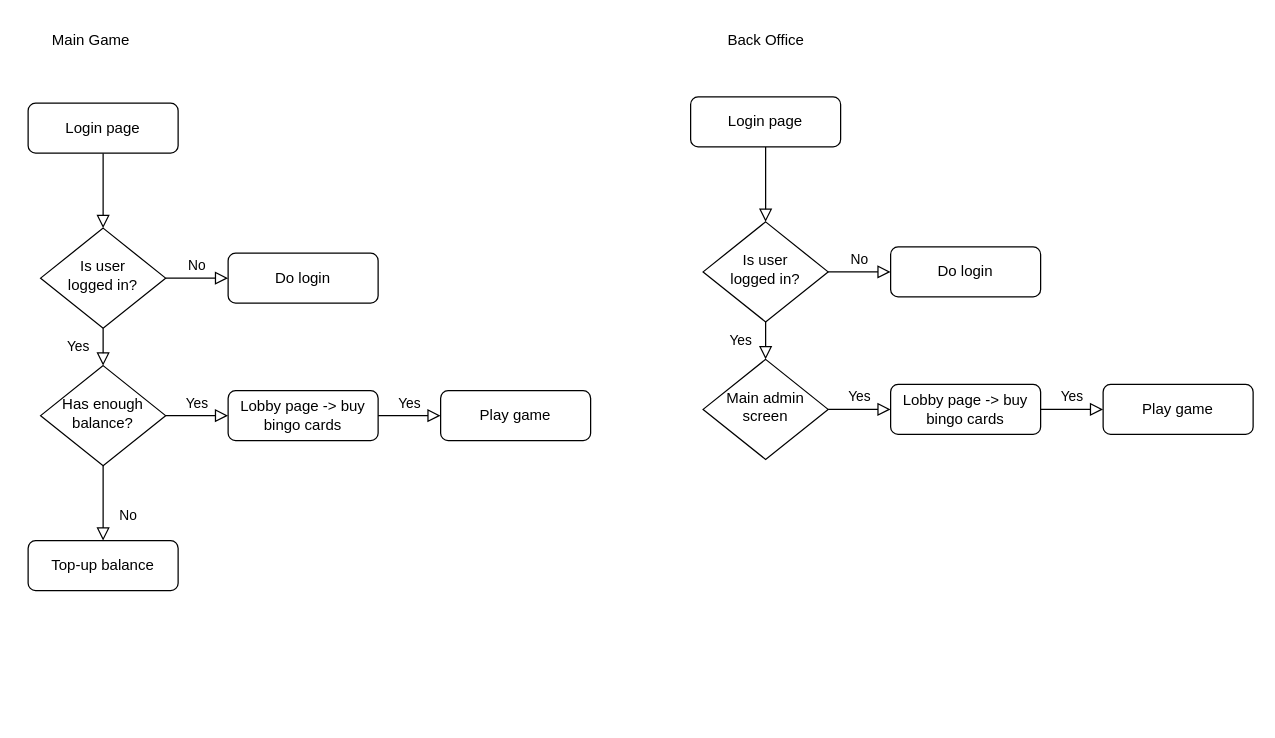
The draw.io diagram documentation/workflow_diagram.drawio in mihailgaberov/bingo, before the edit. Source tidied: cells renumbered, new cells numbered last; positions are measured from the earlier drawing's top-left corner, leaving out a move shared by most shapes. Both pictures are drawn from the tidied source at 125%, with x=0, y=0 at pixel (28, 28).
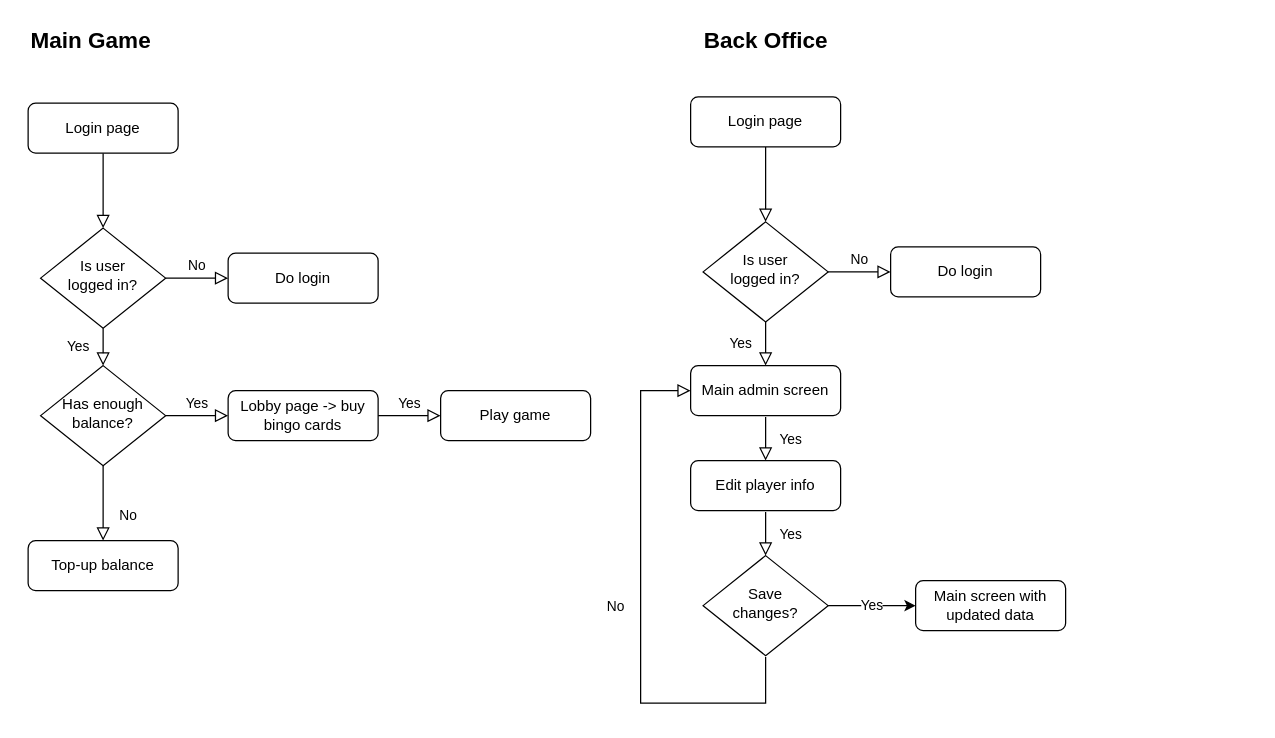
The same page after the edit.

Unchanged cells that the change refers to:
```xml
<mxCell id="21" value="Is user &lt;br&gt;logged in?" style="rhombus;whiteSpace=wrap;html=1;shadow=0;fontFamily=Helvetica;fontSize=12;align=center;strokeWidth=1;spacing=6;spacingTop=-4;" parent="1" vertex="1">
  <mxGeometry x="540" y="155" width="100" height="80" as="geometry" />
</mxCell>
```

Diff of the diagram source:
```diff
@@
-    <mxCell id="13" value="Main Game" style="text;html=1;align=center;verticalAlign=middle;fillColor=none;strokeColor=none;rounded=0;" parent="1" vertex="1">
-      <mxGeometry x="10" width="80" height="20" as="geometry" />
+    <mxCell id="13" value="Main Game" style="text;html=1;align=center;verticalAlign=middle;fillColor=none;strokeColor=none;rounded=0;fontStyle=1;fontSize=18;" parent="1" vertex="1">
+      <mxGeometry x="-5" y="-5" width="110" height="30" as="geometry" />
     </mxCell>
-    <mxCell id="14" value="Back Office" style="text;html=1;align=center;verticalAlign=middle;fillColor=none;strokeColor=none;rounded=0;" parent="1" vertex="1">
-      <mxGeometry x="550" width="80" height="20" as="geometry" />
+    <mxCell id="14" value="Back Office" style="text;html=1;align=center;verticalAlign=middle;fillColor=none;strokeColor=none;rounded=0;fontStyle=1;fontSize=18;" parent="1" vertex="1">
+      <mxGeometry x="535" y="-5" width="110" height="30" as="geometry" />
     </mxCell>
@@
-    <mxCell id="19" value="Yes" style="rounded=0;html=1;jettySize=auto;fontSize=11;endArrow=block;endFill=0;endSize=8;strokeWidth=1;shadow=0;labelBackgroundColor=none;edgeStyle=orthogonalEdgeStyle;" parent="1" edge="1" source="21" target="24">
-      <mxGeometry y="20" relative="1" as="geometry" />
-    </mxCell>
@@
-    <mxCell id="23" value="Yes" style="edgeStyle=orthogonalEdgeStyle;rounded=0;html=1;jettySize=auto;fontSize=11;endArrow=block;endFill=0;endSize=8;strokeWidth=1;shadow=0;labelBackgroundColor=none;" parent="1" edge="1" source="24" target="25">
-      <mxGeometry y="10" relative="1" as="geometry" />
-    </mxCell>
-    <mxCell id="24" value="Main admin&lt;br&gt;screen" style="rhombus;whiteSpace=wrap;html=1;shadow=0;fontFamily=Helvetica;fontSize=12;align=center;strokeWidth=1;spacing=6;spacingTop=-4;" parent="1" vertex="1">
-      <mxGeometry x="540" y="265" width="100" height="80" as="geometry" />
+    <mxCell id="24" value="Main admin screen" style="rounded=1;whiteSpace=wrap;html=1;fontSize=12;glass=0;strokeWidth=1;shadow=0;" parent="1" vertex="1">
+      <mxGeometry x="530" y="270" width="120" height="40" as="geometry" />
     </mxCell>
-    <mxCell id="25" value="Lobby page -&amp;gt; buy bingo cards" style="rounded=1;whiteSpace=wrap;html=1;fontSize=12;glass=0;strokeWidth=1;shadow=0;" parent="1" vertex="1">
-      <mxGeometry x="690" y="285" width="120" height="40" as="geometry" />
-    </mxCell>
-    <mxCell id="26" value="Yes" style="edgeStyle=orthogonalEdgeStyle;rounded=0;html=1;jettySize=auto;orthogonalLoop=1;fontSize=11;endArrow=block;endFill=0;endSize=8;strokeWidth=1;shadow=0;labelBackgroundColor=none;" parent="1" edge="1">
-      <mxGeometry y="10" relative="1" as="geometry">
-        <mxPoint x="810" y="305" as="sourcePoint" />
-        <mxPoint x="860" y="305" as="targetPoint" />
-      </mxGeometry>
-    </mxCell>
-    <mxCell id="27" value="Play game" style="rounded=1;whiteSpace=wrap;html=1;fontSize=12;glass=0;strokeWidth=1;shadow=0;" parent="1" vertex="1">
-      <mxGeometry x="860" y="285" width="120" height="40" as="geometry" />
-    </mxCell>
+    <mxCell id="19" value="Yes" style="rounded=0;html=1;jettySize=auto;fontSize=11;endArrow=block;endFill=0;endSize=8;strokeWidth=1;shadow=0;labelBackgroundColor=none;edgeStyle=orthogonalEdgeStyle;" parent="1" edge="1" source="21" target="24">
+      <mxGeometry y="20" relative="1" as="geometry" />
+    </mxCell>
+    <mxCell id="28" value="Yes" style="rounded=0;html=1;jettySize=auto;orthogonalLoop=1;fontSize=11;endArrow=block;endFill=0;endSize=8;strokeWidth=1;shadow=0;labelBackgroundColor=none;edgeStyle=orthogonalEdgeStyle;" parent="1" edge="1">
+      <mxGeometry y="20" relative="1" as="geometry">
+        <mxPoint x="590" y="311" as="sourcePoint" />
+        <mxPoint x="590" y="346" as="targetPoint" />
+      </mxGeometry>
+    </mxCell>
+    <mxCell id="29" value="Edit player info" style="rounded=1;whiteSpace=wrap;html=1;fontSize=12;glass=0;strokeWidth=1;shadow=0;" parent="1" vertex="1">
+      <mxGeometry x="530" y="346" width="120" height="40" as="geometry" />
+    </mxCell>
+    <mxCell id="30" value="Yes" style="rounded=0;html=1;jettySize=auto;orthogonalLoop=1;fontSize=11;endArrow=block;endFill=0;endSize=8;strokeWidth=1;shadow=0;labelBackgroundColor=none;edgeStyle=orthogonalEdgeStyle;" parent="1" edge="1">
+      <mxGeometry y="20" relative="1" as="geometry">
+        <mxPoint x="590" y="387" as="sourcePoint" />
+        <mxPoint x="590" y="422" as="targetPoint" />
+      </mxGeometry>
+    </mxCell>
+    <mxCell id="31" value="Yes" style="edgeStyle=orthogonalEdgeStyle;rounded=0;jettySize=auto;html=1;exitX=1;exitY=0.5;exitDx=0;exitDy=0;entryX=0;entryY=0.5;entryDx=0;entryDy=0;" parent="1" edge="1" source="32" target="33">
+      <mxGeometry relative="1" as="geometry" />
+    </mxCell>
+    <mxCell id="32" value="Save &lt;br&gt;changes?" style="rhombus;whiteSpace=wrap;html=1;shadow=0;fontFamily=Helvetica;fontSize=12;align=center;strokeWidth=1;spacing=6;spacingTop=-4;" parent="1" vertex="1">
+      <mxGeometry x="540" y="422" width="100" height="80" as="geometry" />
+    </mxCell>
+    <mxCell id="33" value="Main screen with updated data" style="rounded=1;whiteSpace=wrap;html=1;fontSize=12;glass=0;strokeWidth=1;shadow=0;" parent="1" vertex="1">
+      <mxGeometry x="710" y="442" width="120" height="40" as="geometry" />
+    </mxCell>
+    <mxCell id="34" value="No" style="rounded=0;jettySize=auto;fontSize=11;endArrow=block;endFill=0;endSize=8;strokeWidth=1;shadow=0;labelBackgroundColor=none;edgeStyle=orthogonalEdgeStyle;entryX=0;entryY=0.5;entryDx=0;entryDy=0;html=1;" parent="1" edge="1" target="24">
+      <mxGeometry y="20" relative="1" as="geometry">
+        <mxPoint x="590" y="503" as="sourcePoint" />
+        <Array as="points">
+          <mxPoint x="590" y="540" />
+          <mxPoint x="490" y="540" />
+          <mxPoint x="490" y="290" />
+        </Array>
+      </mxGeometry>
+    </mxCell>
```
